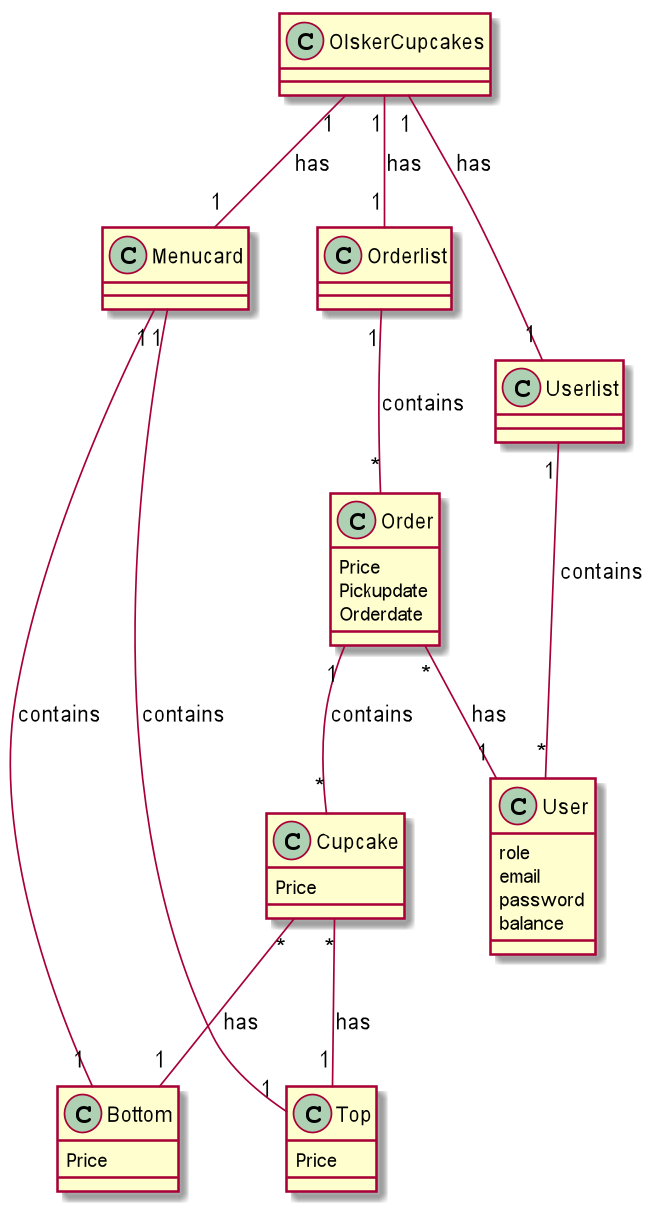
Earlier version of the PlantUML export UML/domainmodel.png (olvang/CupCakeProjekt).
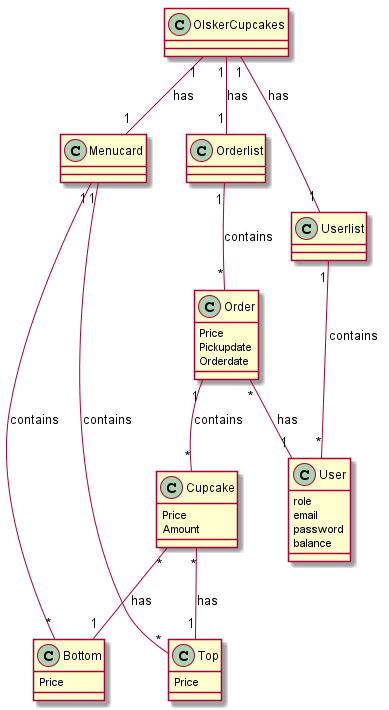
Above is the later version.

Commit message:
finished UML diagrams

The edit, as a diff of the source:
```diff
@@ -2,6 +2,7 @@
 class OlskerCupcakes
 class Cupcake {
     {field} Price
+    {field} Amount
 }
 class Order {
     {field} Price
@@ -38,8 +39,8 @@
 Order "*" -- "1" User : has
 
 OlskerCupcakes "1" -- "1" Menucard : has
-Menucard "1" - "1" Bottom : contains
-Menucard "1" - "1" Top : contains
+Menucard "1" - "*" Bottom : contains
+Menucard "1" - "*" Top : contains
 
 
 @enduml
```
